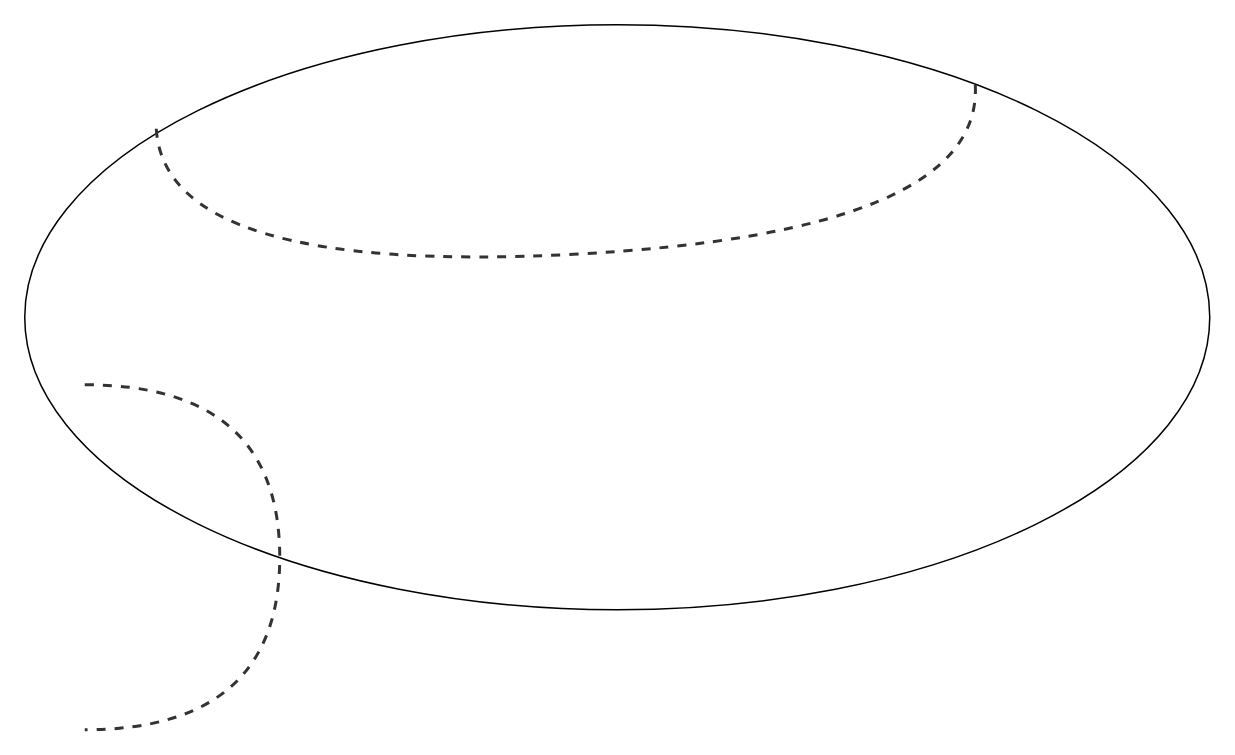
Before: 服务领域.drawio in wylyf3030/draw, a draw.io diagram. Source tidied: cells renumbered, new cells numbered last; positions are measured from the earlier drawing's top-left corner, leaving out a move shared by most shapes. Both pictures are drawn from the tidied source at 150%, with x=0, y=0 at pixel (24, -231).
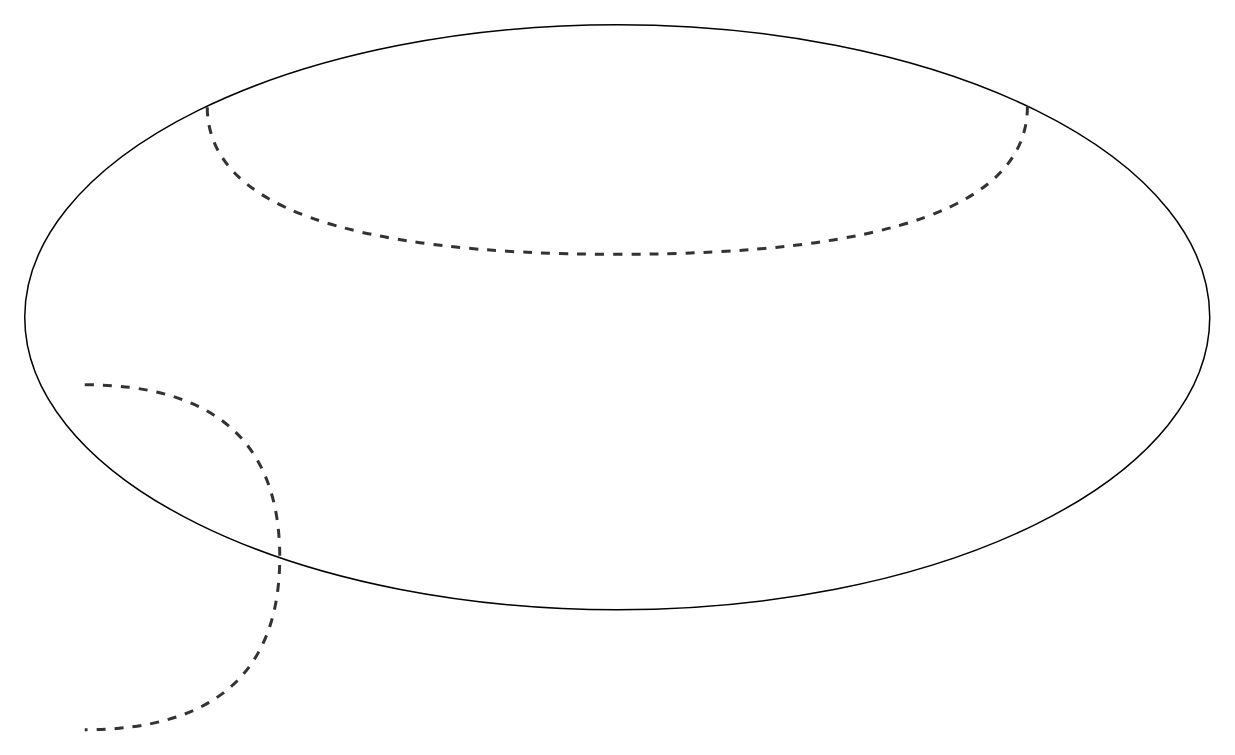
Above is the later version.

Diff of the diagram source:
```diff
@@
 <mxGraphModel>
   <root>
     <mxCell id="0" />
     <mxCell id="1" parent="0" />
     <mxCell id="2" style="ellipse;whiteSpace=wrap;html=1;" parent="1" vertex="1">
       <mxGeometry y="170" width="790" height="390" as="geometry" />
     </mxCell>
     <mxCell id="3" style="shape=requiredInterface;html=1;verticalLabelPosition=bottom;dashed=1;strokeWidth=2;fillColor=none;fontColor=#FF3333;align=left;strokeColor=#333333;" parent="1" vertex="1">
       <mxGeometry x="40" y="410" width="130" height="230" as="geometry" />
     </mxCell>
-    <mxCell id="4" style="shape=requiredInterface;html=1;verticalLabelPosition=bottom;dashed=1;strokeWidth=2;fillColor=none;fontColor=#FF3333;align=left;rotation=87;strokeColor=#333333;" parent="1" vertex="1">
-      <mxGeometry x="313.9" y="0.3" width="98.7" height="546.8" as="geometry" />
+    <mxCell id="4" style="shape=requiredInterface;html=1;verticalLabelPosition=bottom;dashed=1;strokeWidth=2;fillColor=none;fontColor=#FF3333;align=left;rotation=90;strokeColor=#333333;" parent="1" vertex="1">
+      <mxGeometry x="345.7" y="0.3" width="98.7" height="546.8" as="geometry" />
     </mxCell>
   </root>
 </mxGraphModel>
```
